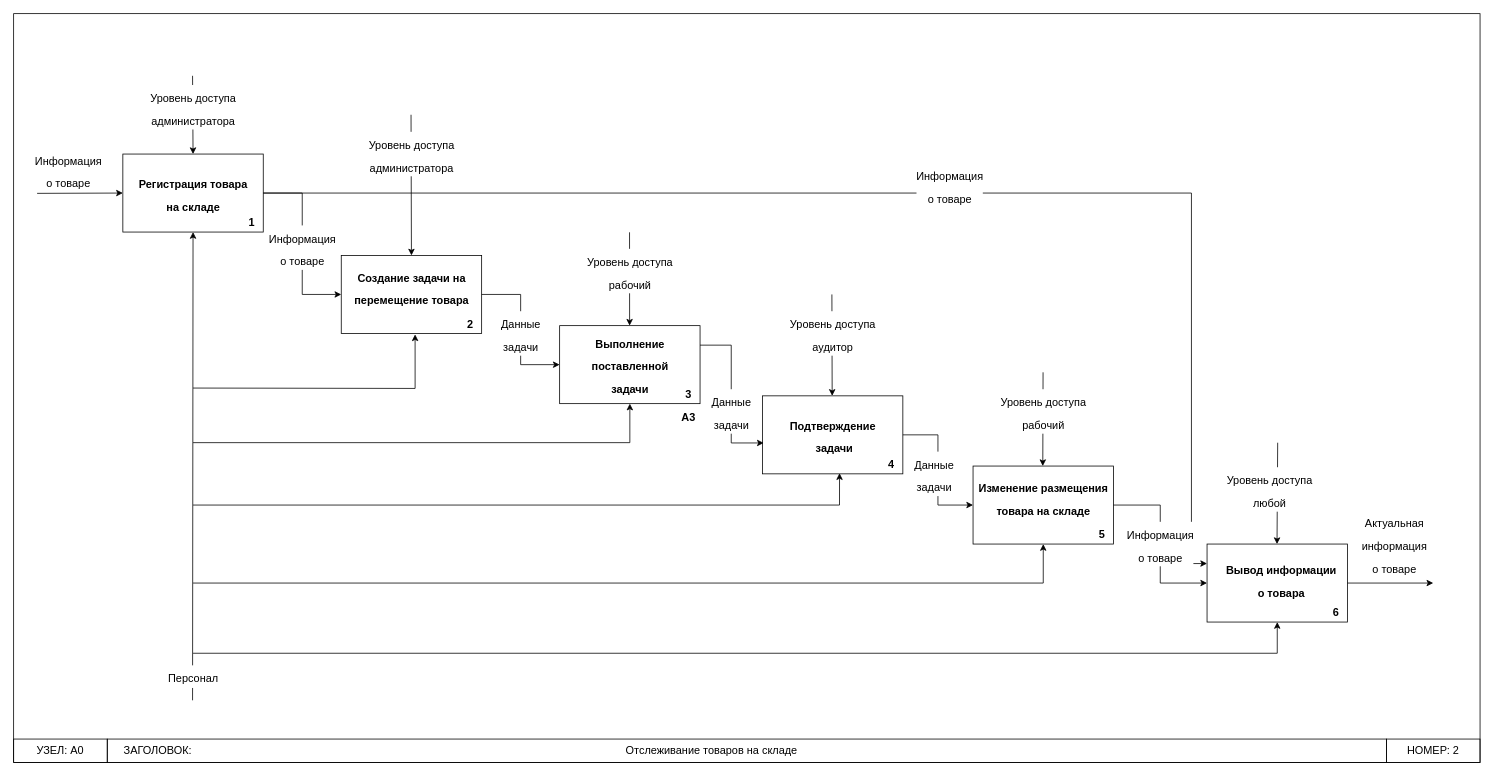
Before: page "Диаграмма первого уровня декомпозиции" (2 of 3) of Labs/Lab2/context.drawio in VladDemyanovNew/ISD_7sem, a draw.io diagram. Source tidied: cells renumbered, new cells numbered last; positions are measured from the earlier drawing's top-left corner, leaving out a move shared by most shapes. Both pictures are drawn from the tidied source at 78%, with x=0, y=0 at pixel (13, 13).
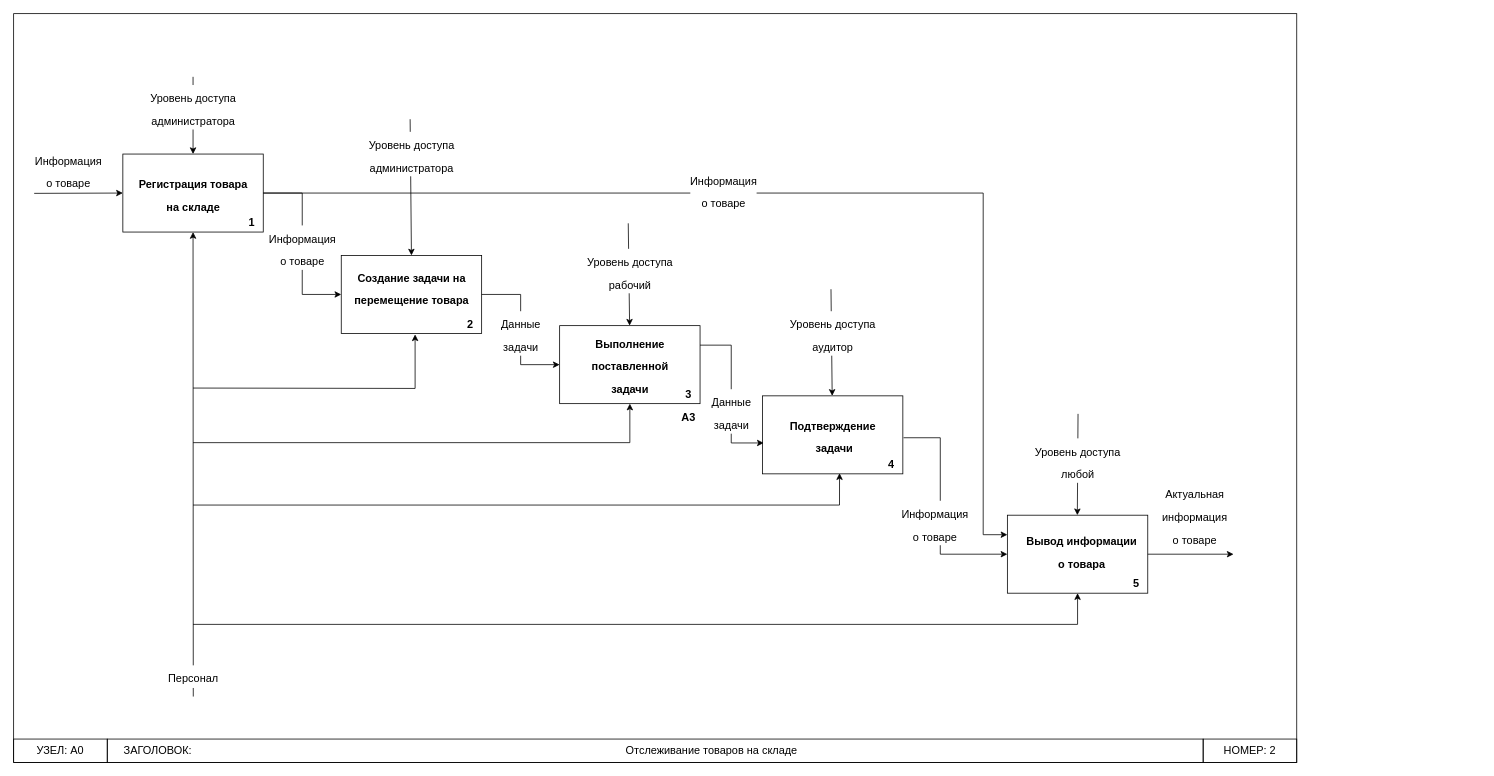
The same page after the edit.

The change refers to these unchanged cells:
```xml
<mxCell id="17" style="rounded=0;whiteSpace=wrap;html=1;labelBackgroundColor=#FFFFFF;strokeWidth=1;fontSize=14;fillColor=none;" parent="1" vertex="1">
  <mxGeometry x="960" y="490" width="180" height="100" as="geometry" />
</mxCell>
<mxCell id="35" style="rounded=0;whiteSpace=wrap;html=1;labelBackgroundColor=#FFFFFF;strokeWidth=1;fontSize=14;fillColor=none;" parent="1" vertex="1">
  <mxGeometry x="140" y="180" width="180" height="100" as="geometry" />
</mxCell>
```

Change to the diagram source:
```diff
@@
     <mxCell id="2" style="rounded=0;whiteSpace=wrap;html=1;labelBackgroundColor=#FFFFFF;strokeWidth=1;fontSize=14;fillColor=none;" parent="1" vertex="1">
-      <mxGeometry width="1880" height="960" as="geometry" />
+      <mxGeometry width="1645" height="960" as="geometry" />
     </mxCell>
@@
     <mxCell id="4" style="rounded=0;whiteSpace=wrap;html=1;labelBackgroundColor=#FFFFFF;strokeWidth=1;fontSize=14;fillColor=none;" parent="1" vertex="1">
-      <mxGeometry x="1760" y="930" width="120" height="30" as="geometry" />
+      <mxGeometry x="1525" y="930" width="120" height="30" as="geometry" />
     </mxCell>
     <mxCell id="5" style="rounded=0;whiteSpace=wrap;html=1;labelBackgroundColor=#FFFFFF;strokeWidth=1;fontSize=14;fillColor=none;" parent="1" vertex="1">
-      <mxGeometry x="120" y="930" width="1640" height="30" as="geometry" />
+      <mxGeometry x="120" y="930" width="1405" height="30" as="geometry" />
     </mxCell>
@@
     <mxCell id="8" value="НОМЕР: 2" style="text;html=1;strokeColor=none;fillColor=none;align=center;verticalAlign=middle;whiteSpace=wrap;rounded=0;labelBackgroundColor=#FFFFFF;strokeWidth=1;fontSize=14;" parent="1" vertex="1">
-      <mxGeometry x="1770" y="930" width="100" height="30" as="geometry" />
+      <mxGeometry x="1535" y="930" width="100" height="30" as="geometry" />
     </mxCell>
@@
-    <mxCell id="20" style="rounded=0;whiteSpace=wrap;html=1;labelBackgroundColor=#FFFFFF;strokeWidth=1;fontSize=14;fillColor=none;" parent="1" vertex="1">
-      <mxGeometry x="1230" y="580" width="180" height="100" as="geometry" />
-    </mxCell>
-    <mxCell id="21" value="&lt;span style=&quot;font-size: 14px;&quot;&gt;Изменение размещения &lt;br&gt;товара на складе&lt;/span&gt;" style="text;strokeColor=none;fillColor=none;html=1;fontSize=24;fontStyle=1;verticalAlign=middle;align=center;" parent="1" vertex="1">
-      <mxGeometry x="1270" y="600" width="100" height="40" as="geometry" />
-    </mxCell>
-    <mxCell id="22" value="&lt;span style=&quot;font-size: 14px;&quot;&gt;5&lt;/span&gt;" style="text;strokeColor=none;fillColor=none;html=1;fontSize=24;fontStyle=1;verticalAlign=middle;align=center;" parent="1" vertex="1">
-      <mxGeometry x="1380" y="660" width="30" height="10" as="geometry" />
-    </mxCell>
     <mxCell id="23" style="rounded=0;whiteSpace=wrap;html=1;labelBackgroundColor=#FFFFFF;strokeWidth=1;fontSize=14;fillColor=none;" parent="1" vertex="1">
-      <mxGeometry x="1530" y="680" width="180" height="100" as="geometry" />
+      <mxGeometry x="1274" y="643" width="180" height="100" as="geometry" />
     </mxCell>
     <mxCell id="24" value="&lt;font style=&quot;font-size: 14px;&quot;&gt;Вывод информации&lt;br&gt;о товара&lt;/font&gt;" style="text;strokeColor=none;fillColor=none;html=1;fontSize=24;fontStyle=1;verticalAlign=middle;align=center;" parent="1" vertex="1">
-      <mxGeometry x="1570" y="710" width="110" height="30" as="geometry" />
+      <mxGeometry x="1314" y="673" width="110" height="30" as="geometry" />
     </mxCell>
-    <mxCell id="25" value="&lt;span style=&quot;font-size: 14px;&quot;&gt;6&lt;/span&gt;" style="text;strokeColor=none;fillColor=none;html=1;fontSize=24;fontStyle=1;verticalAlign=middle;align=center;" parent="1" vertex="1">
-      <mxGeometry x="1680" y="760" width="30" height="10" as="geometry" />
+    <mxCell id="25" value="&lt;span style=&quot;font-size: 14px;&quot;&gt;5&lt;/span&gt;" style="text;strokeColor=none;fillColor=none;html=1;fontSize=24;fontStyle=1;verticalAlign=middle;align=center;" parent="1" vertex="1">
+      <mxGeometry x="1424" y="723" width="30" height="10" as="geometry" />
     </mxCell>
-    <mxCell id="26" style="endArrow=classic;html=1;rounded=0;fontSize=14;entryX=0.5;entryY=0;entryDx=0;entryDy=0;exitX=0.122;exitY=0.083;exitDx=0;exitDy=0;exitPerimeter=0;" parent="1" edge="1" source="2" target="35">
-      <mxGeometry relative="1" as="geometry" />
+    <mxCell id="26" style="endArrow=classic;html=1;rounded=0;fontSize=14;entryX=0.5;entryY=0;entryDx=0;entryDy=0;" parent="1" edge="1" target="35">
+      <mxGeometry relative="1" as="geometry">
+        <mxPoint x="230" y="81" as="sourcePoint" />
+      </mxGeometry>
     </mxCell>
-    <mxCell id="27" style="endArrow=classic;html=1;rounded=0;fontSize=14;entryX=0.5;entryY=0;entryDx=0;entryDy=0;exitX=0.271;exitY=0.135;exitDx=0;exitDy=0;exitPerimeter=0;" parent="1" edge="1" source="2">
+    <mxCell id="27" style="endArrow=classic;html=1;rounded=0;fontSize=14;entryX=0.5;entryY=0;entryDx=0;entryDy=0;exitX=0.309;exitY=0.141;exitDx=0;exitDy=0;exitPerimeter=0;" parent="1" edge="1" source="2">
       <mxGeometry relative="1" as="geometry">
         <mxPoint x="510" y="310" as="targetPoint" />
       </mxGeometry>
     </mxCell>
-    <mxCell id="28" style="endArrow=classic;html=1;rounded=0;fontSize=14;entryX=0.5;entryY=0;entryDx=0;entryDy=0;exitX=0.42;exitY=0.292;exitDx=0;exitDy=0;exitPerimeter=0;" parent="1" edge="1" source="2">
+    <mxCell id="28" style="endArrow=classic;html=1;rounded=0;fontSize=14;entryX=0.5;entryY=0;entryDx=0;entryDy=0;exitX=0.479;exitY=0.28;exitDx=0;exitDy=0;exitPerimeter=0;" parent="1" edge="1" source="2">
       <mxGeometry relative="1" as="geometry">
         <mxPoint x="789.7" y="400" as="targetPoint" />
       </mxGeometry>
     </mxCell>
-    <mxCell id="29" style="endArrow=classic;html=1;rounded=0;fontSize=14;entryX=0.5;entryY=0;entryDx=0;entryDy=0;exitX=0.558;exitY=0.375;exitDx=0;exitDy=0;exitPerimeter=0;" parent="1" edge="1" source="2">
+    <mxCell id="29" style="endArrow=classic;html=1;rounded=0;fontSize=14;entryX=0.5;entryY=0;entryDx=0;entryDy=0;exitX=0.637;exitY=0.368;exitDx=0;exitDy=0;exitPerimeter=0;" parent="1" edge="1" source="2">
       <mxGeometry relative="1" as="geometry">
         <mxPoint x="1049.4" y="490" as="targetPoint" />
       </mxGeometry>
     </mxCell>
-    <mxCell id="30" style="endArrow=classic;html=1;rounded=0;fontSize=14;entryX=0.5;entryY=0;entryDx=0;entryDy=0;exitX=0.702;exitY=0.479;exitDx=0;exitDy=0;exitPerimeter=0;" parent="1" edge="1" source="2">
-      <mxGeometry relative="1" as="geometry">
-        <mxPoint x="1319.4" y="580" as="targetPoint" />
-      </mxGeometry>
-    </mxCell>
-    <mxCell id="31" style="endArrow=classic;html=1;rounded=0;fontSize=14;entryX=0.5;entryY=0;entryDx=0;entryDy=0;exitX=0.862;exitY=0.573;exitDx=0;exitDy=0;exitPerimeter=0;" parent="1" edge="1" source="2">
+    <mxCell id="31" style="endArrow=classic;html=1;rounded=0;fontSize=14;entryX=0.5;entryY=0;entryDx=0;entryDy=0;exitX=0.862;exitY=0.573;exitDx=0;exitDy=0;exitPerimeter=0;" parent="1" edge="1">
       <mxGeometry relative="1" as="geometry">
-        <mxPoint x="1619.7" y="680" as="targetPoint" />
+        <mxPoint x="1364.6" y="513.1" as="sourcePoint" />
+        <mxPoint x="1363.7" y="643" as="targetPoint" />
       </mxGeometry>
     </mxCell>
@@
-    <mxCell id="40" style="endArrow=classic;html=1;rounded=0;fontSize=14;entryX=0;entryY=0.5;entryDx=0;entryDy=0;exitX=1;exitY=0.5;exitDx=0;exitDy=0;edgeStyle=orthogonalEdgeStyle;" parent="1" edge="1" source="17" target="20">
-      <mxGeometry relative="1" as="geometry" />
-    </mxCell>
-    <mxCell id="41" value="&lt;font style=&quot;font-size: 14px;&quot;&gt;&lt;span style=&quot;font-weight: normal;&quot;&gt;Данные&lt;br&gt;задачи&lt;/span&gt;&lt;br&gt;&lt;/font&gt;" style="text;strokeColor=none;fillColor=none;html=1;fontSize=24;fontStyle=1;verticalAlign=middle;align=center;labelBackgroundColor=#FFFFFF;strokeWidth=1;" parent="1" vertex="1">
-      <mxGeometry x="1130" y="570" width="100" height="40" as="geometry" />
-    </mxCell>
-    <mxCell id="42" style="endArrow=classic;html=1;rounded=0;fontSize=14;entryX=0;entryY=0.5;entryDx=0;entryDy=0;exitX=1;exitY=0.5;exitDx=0;exitDy=0;edgeStyle=orthogonalEdgeStyle;" parent="1" edge="1" source="20" target="23">
-      <mxGeometry relative="1" as="geometry" />
-    </mxCell>
@@
     <mxCell id="45" style="endArrow=classic;html=1;rounded=0;fontSize=14;exitX=1;exitY=0.5;exitDx=0;exitDy=0;" parent="1" edge="1" source="23">
       <mxGeometry relative="1" as="geometry">
-        <mxPoint x="1820" y="730" as="targetPoint" />
+        <mxPoint x="1564" y="693" as="targetPoint" />
       </mxGeometry>
     </mxCell>
     <mxCell id="46" value="&lt;font style=&quot;font-size: 14px;&quot;&gt;&lt;span style=&quot;font-weight: normal;&quot;&gt;Актуальная &lt;br&gt;информация&lt;br&gt;о товаре&lt;/span&gt;&lt;br&gt;&lt;/font&gt;" style="text;strokeColor=none;fillColor=none;html=1;fontSize=24;fontStyle=1;verticalAlign=middle;align=center;labelBackgroundColor=#FFFFFF;strokeWidth=1;" parent="1" vertex="1">
-      <mxGeometry x="1720" y="660" width="100" height="40" as="geometry" />
+      <mxGeometry x="1464" y="623" width="100" height="40" as="geometry" />
     </mxCell>
-    <mxCell id="47" style="endArrow=classic;html=1;rounded=0;fontSize=14;exitX=1;exitY=0.5;exitDx=0;exitDy=0;entryX=0;entryY=0.25;entryDx=0;entryDy=0;edgeStyle=orthogonalEdgeStyle;" parent="1" edge="1" source="35" target="23">
+    <mxCell id="47" style="endArrow=classic;html=1;rounded=0;fontSize=14;entryX=0;entryY=0.25;entryDx=0;entryDy=0;edgeStyle=orthogonalEdgeStyle;exitX=1;exitY=0.5;exitDx=0;exitDy=0;" parent="1" edge="1" source="35" target="23">
       <mxGeometry relative="1" as="geometry">
         <Array as="points">
-          <mxPoint x="1510" y="230" />
-          <mxPoint x="1510" y="705" />
+          <mxPoint x="1243" y="230" />
+          <mxPoint x="1243" y="668" />
         </Array>
       </mxGeometry>
     </mxCell>
-    <mxCell id="48" value="&lt;font style=&quot;font-size: 14px;&quot;&gt;&lt;span style=&quot;font-weight: normal;&quot;&gt;Информация&lt;br&gt;о товаре&lt;/span&gt;&lt;br&gt;&lt;/font&gt;" style="text;strokeColor=none;fillColor=none;html=1;fontSize=24;fontStyle=1;verticalAlign=middle;align=center;labelBackgroundColor=#FFFFFF;strokeWidth=1;" parent="1" vertex="1">
-      <mxGeometry x="1420" y="660" width="100" height="40" as="geometry" />
-    </mxCell>
     <mxCell id="49" value="&lt;font style=&quot;font-size: 14px;&quot;&gt;&lt;span style=&quot;font-weight: normal;&quot;&gt;Информация&lt;br&gt;о товаре&lt;/span&gt;&lt;br&gt;&lt;/font&gt;" style="text;strokeColor=none;fillColor=none;html=1;fontSize=24;fontStyle=1;verticalAlign=middle;align=center;labelBackgroundColor=#FFFFFF;strokeWidth=1;" parent="1" vertex="1">
-      <mxGeometry x="1150" y="200" width="100" height="40" as="geometry" />
+      <mxGeometry x="860" y="206" width="100" height="40" as="geometry" />
     </mxCell>
@@
-    <mxCell id="54" value="&lt;font style=&quot;font-size: 14px;&quot;&gt;&lt;span style=&quot;font-weight: normal;&quot;&gt;Уровень доступа&lt;br&gt;рабочий&lt;/span&gt;&lt;br&gt;&lt;/font&gt;" style="text;strokeColor=none;fillColor=none;html=1;fontSize=24;fontStyle=1;verticalAlign=middle;align=center;labelBackgroundColor=#FFFFFF;strokeWidth=1;" parent="1" vertex="1">
-      <mxGeometry x="1270" y="490" width="100" height="40" as="geometry" />
-    </mxCell>
     <mxCell id="55" value="&lt;font style=&quot;font-size: 14px;&quot;&gt;&lt;span style=&quot;font-weight: normal;&quot;&gt;Уровень доступа&lt;br&gt;любой&lt;/span&gt;&lt;br&gt;&lt;/font&gt;" style="text;strokeColor=none;fillColor=none;html=1;fontSize=24;fontStyle=1;verticalAlign=middle;align=center;labelBackgroundColor=#FFFFFF;strokeWidth=1;" parent="1" vertex="1">
-      <mxGeometry x="1560" y="590" width="100" height="40" as="geometry" />
+      <mxGeometry x="1314" y="553" width="100" height="40" as="geometry" />
     </mxCell>
-    <mxCell id="56" style="endArrow=classic;html=1;rounded=0;fontSize=14;entryX=0.5;entryY=1;entryDx=0;entryDy=0;exitX=0.122;exitY=0.917;exitDx=0;exitDy=0;exitPerimeter=0;" parent="1" edge="1" source="2" target="35">
+    <mxCell id="56" style="endArrow=classic;html=1;rounded=0;fontSize=14;entryX=0.5;entryY=1;entryDx=0;entryDy=0;exitX=0.14;exitY=0.912;exitDx=0;exitDy=0;exitPerimeter=0;" parent="1" edge="1" source="2" target="35">
       <mxGeometry relative="1" as="geometry" />
     </mxCell>
@@
-    <mxCell id="60" style="endArrow=classic;html=1;rounded=0;fontSize=14;entryX=0.5;entryY=1;entryDx=0;entryDy=0;edgeStyle=orthogonalEdgeStyle;" parent="1" edge="1" target="20">
-      <mxGeometry relative="1" as="geometry">
-        <mxPoint x="230" y="730" as="sourcePoint" />
-        <Array as="points">
-          <mxPoint x="230" y="730" />
-          <mxPoint x="1320" y="730" />
-        </Array>
-      </mxGeometry>
-    </mxCell>
     <mxCell id="61" style="endArrow=classic;html=1;rounded=0;fontSize=14;entryX=0.5;entryY=1;entryDx=0;entryDy=0;edgeStyle=orthogonalEdgeStyle;" parent="1" edge="1" target="23">
       <mxGeometry relative="1" as="geometry">
-        <mxPoint x="230" y="820" as="sourcePoint" />
+        <mxPoint x="230" y="783" as="sourcePoint" />
         <Array as="points">
-          <mxPoint x="1620" y="820" />
+          <mxPoint x="1364" y="783" />
         </Array>
       </mxGeometry>
     </mxCell>
@@
+    <mxCell id="64" style="endArrow=classic;html=1;rounded=0;fontSize=14;entryX=0;entryY=0.5;entryDx=0;entryDy=0;exitX=1.005;exitY=0.537;exitDx=0;exitDy=0;edgeStyle=orthogonalEdgeStyle;exitPerimeter=0;" parent="1" edge="1" source="17" target="23">
+      <mxGeometry relative="1" as="geometry">
+        <Array as="points">
+          <mxPoint x="1188" y="544" />
+          <mxPoint x="1188" y="693" />
+        </Array>
+      </mxGeometry>
+    </mxCell>
+    <mxCell id="48" value="&lt;font style=&quot;font-size: 14px;&quot;&gt;&lt;span style=&quot;font-weight: normal;&quot;&gt;Информация&lt;br&gt;о товаре&lt;/span&gt;&lt;br&gt;&lt;/font&gt;" style="text;strokeColor=none;fillColor=default;html=1;fontSize=24;fontStyle=1;verticalAlign=middle;align=center;labelBackgroundColor=#FFFFFF;strokeWidth=1;fillStyle=solid;" parent="1" vertex="1">
+      <mxGeometry x="1131" y="633" width="100" height="40" as="geometry" />
+    </mxCell>
```
